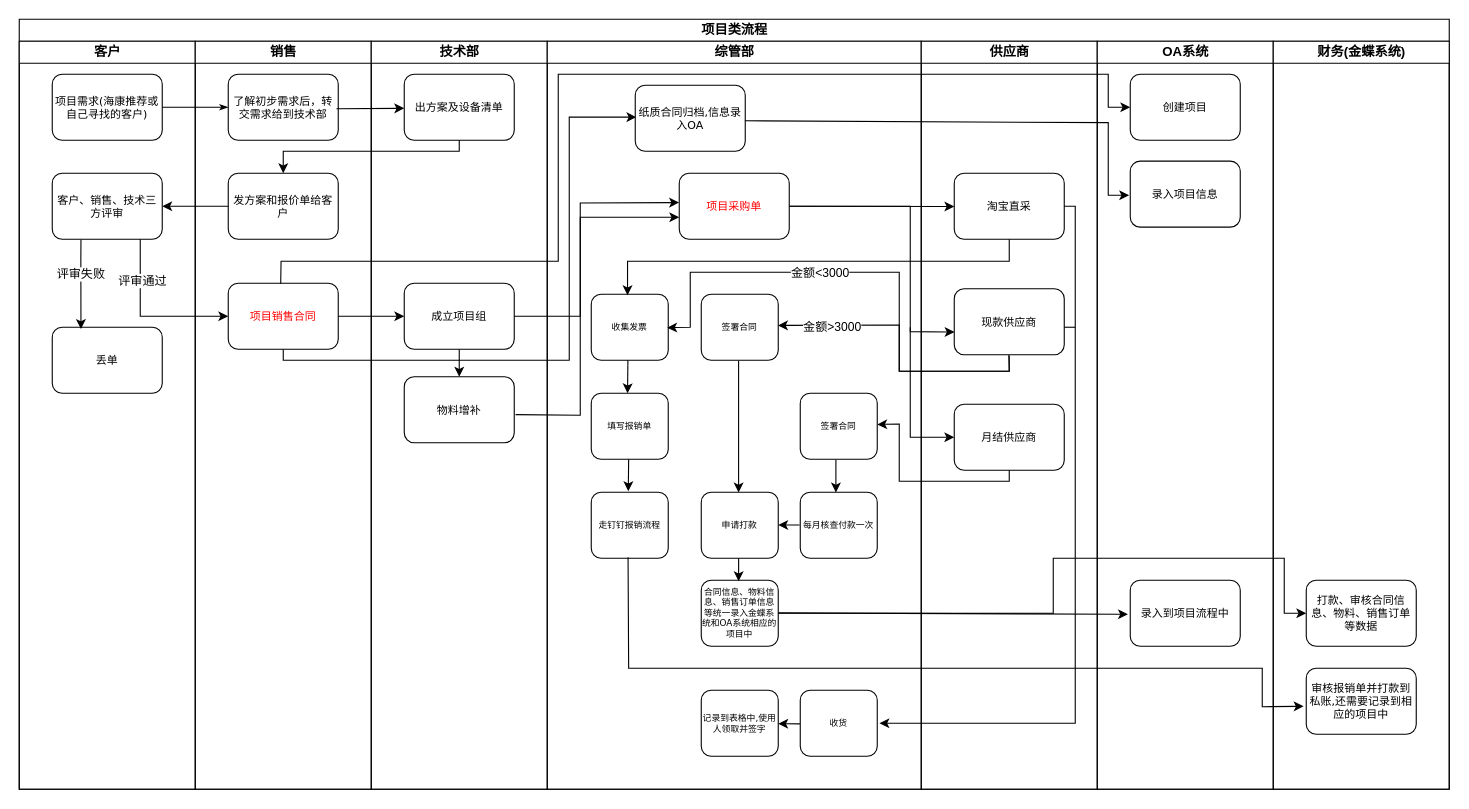
This is data/项目类流程图.drawio from chenyanxi/hosts, a draw.io file, before an edit. Source tidied: cells renumbered, new cells numbered last; positions are measured from the earlier drawing's top-left corner, leaving out a move shared by most shapes. Both pictures are drawn from the tidied source at 110%, with x=0, y=0 at pixel (19, 19).
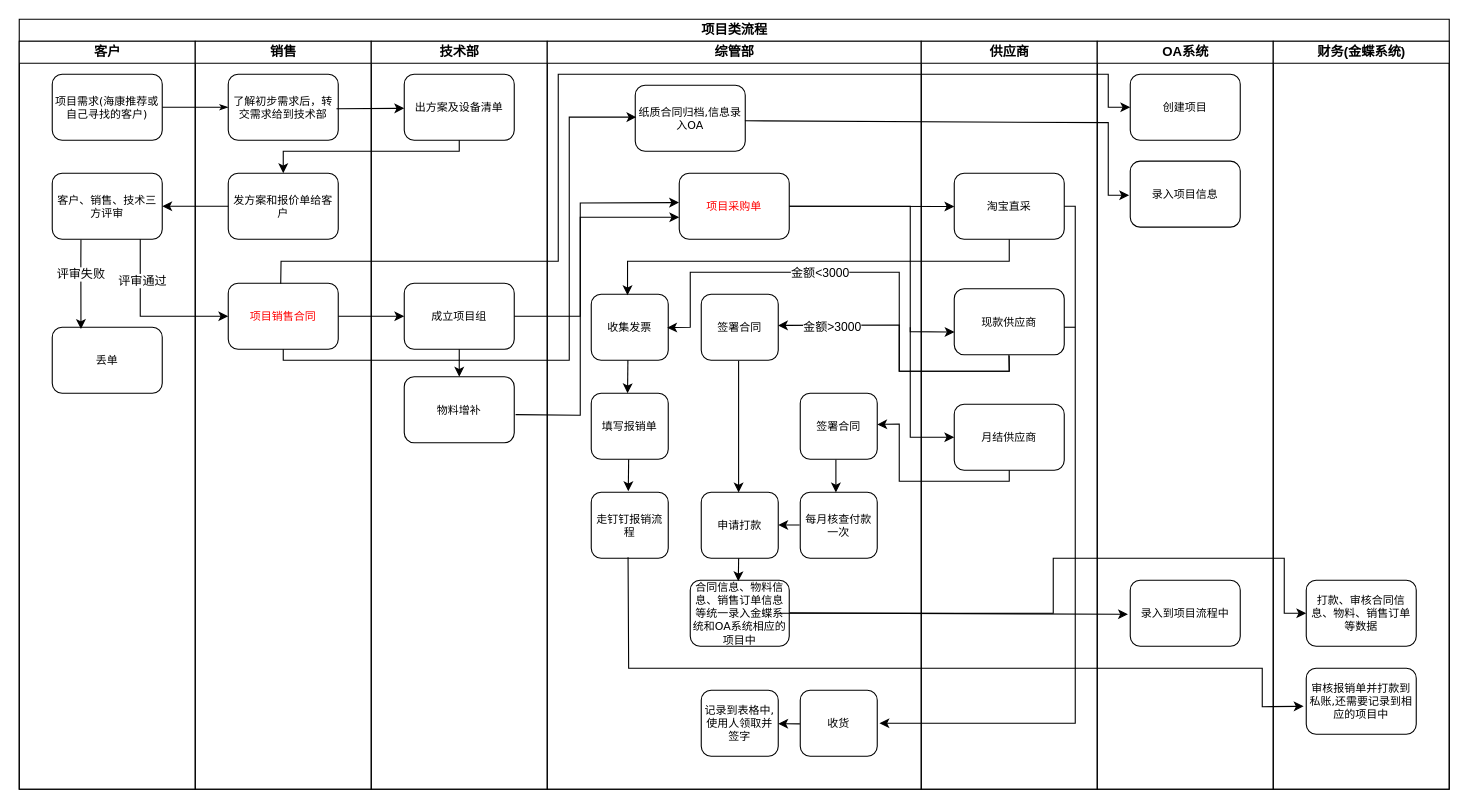
After the change.

Commit message (it also covers changes not shown here):
更新项目类流程图.drawio

Unchanged cells that the change refers to:
```xml
<mxCell id="34" value="综管部" style="swimlane;html=1;startSize=20;" parent="2" vertex="1">
  <mxGeometry x="480" y="20" width="340" height="680" as="geometry" />
</mxCell>
```

Change to the diagram source:
```diff
@@
-    <mxCell id="39" value="收集发票" style="rounded=1;whiteSpace=wrap;html=1;shadow=0;labelBackgroundColor=none;strokeWidth=1;fontFamily=Verdana;fontSize=8;align=center;" parent="34" vertex="1">
+    <mxCell id="39" value="&lt;font style=&quot;font-size: 10px;&quot;&gt;收集发票&lt;/font&gt;" style="rounded=1;whiteSpace=wrap;html=1;shadow=0;labelBackgroundColor=none;strokeWidth=1;fontFamily=Verdana;fontSize=8;align=center;" parent="34" vertex="1">
       <mxGeometry x="40" y="230" width="70" height="60" as="geometry" />
     </mxCell>
-    <mxCell id="40" value="填写报销单" style="rounded=1;whiteSpace=wrap;html=1;shadow=0;labelBackgroundColor=none;strokeWidth=1;fontFamily=Verdana;fontSize=8;align=center;" parent="34" vertex="1">
+    <mxCell id="40" value="&lt;font style=&quot;font-size: 10px;&quot;&gt;填写报销单&lt;/font&gt;" style="rounded=1;whiteSpace=wrap;html=1;shadow=0;labelBackgroundColor=none;strokeWidth=1;fontFamily=Verdana;fontSize=8;align=center;" parent="34" vertex="1">
       <mxGeometry x="40" y="320" width="70" height="60" as="geometry" />
     </mxCell>
@@
-    <mxCell id="42" value="走钉钉报销流程" style="rounded=1;whiteSpace=wrap;html=1;shadow=0;labelBackgroundColor=none;strokeWidth=1;fontFamily=Verdana;fontSize=8;align=center;" parent="34" vertex="1">
+    <mxCell id="42" value="&lt;font style=&quot;font-size: 10px;&quot;&gt;走钉钉报销流程&lt;/font&gt;" style="rounded=1;whiteSpace=wrap;html=1;shadow=0;labelBackgroundColor=none;strokeWidth=1;fontFamily=Verdana;fontSize=8;align=center;" parent="34" vertex="1">
       <mxGeometry x="40" y="410" width="70" height="60" as="geometry" />
     </mxCell>
@@
-    <mxCell id="44" value="签署合同" style="rounded=1;whiteSpace=wrap;html=1;shadow=0;labelBackgroundColor=none;strokeWidth=1;fontFamily=Verdana;fontSize=8;align=center;" parent="34" vertex="1">
+    <mxCell id="44" value="&lt;font style=&quot;font-size: 10px;&quot;&gt;签署合同&lt;/font&gt;" style="rounded=1;whiteSpace=wrap;html=1;shadow=0;labelBackgroundColor=none;strokeWidth=1;fontFamily=Verdana;fontSize=8;align=center;" parent="34" vertex="1">
       <mxGeometry x="140" y="230" width="70" height="60" as="geometry" />
     </mxCell>
-    <mxCell id="45" value="申请打款" style="rounded=1;whiteSpace=wrap;html=1;shadow=0;labelBackgroundColor=none;strokeWidth=1;fontFamily=Verdana;fontSize=8;align=center;" parent="34" vertex="1">
+    <mxCell id="45" value="&lt;font style=&quot;font-size: 10px;&quot;&gt;申请打款&lt;/font&gt;" style="rounded=1;whiteSpace=wrap;html=1;shadow=0;labelBackgroundColor=none;strokeWidth=1;fontFamily=Verdana;fontSize=8;align=center;" parent="34" vertex="1">
       <mxGeometry x="140" y="410" width="70" height="60" as="geometry" />
     </mxCell>
@@
-    <mxCell id="47" value="签署合同" style="rounded=1;whiteSpace=wrap;html=1;shadow=0;labelBackgroundColor=none;strokeWidth=1;fontFamily=Verdana;fontSize=8;align=center;" parent="34" vertex="1">
+    <mxCell id="47" value="&lt;font style=&quot;font-size: 10px;&quot;&gt;签署合同&lt;/font&gt;" style="rounded=1;whiteSpace=wrap;html=1;shadow=0;labelBackgroundColor=none;strokeWidth=1;fontFamily=Verdana;fontSize=8;align=center;" parent="34" vertex="1">
       <mxGeometry x="230" y="320" width="70" height="60" as="geometry" />
     </mxCell>
-    <mxCell id="48" value="每月核查付款一次" style="rounded=1;whiteSpace=wrap;html=1;shadow=0;labelBackgroundColor=none;strokeWidth=1;fontFamily=Verdana;fontSize=8;align=center;" parent="34" vertex="1">
+    <mxCell id="48" value="&lt;font style=&quot;font-size: 10px;&quot;&gt;每月核查付款一次&lt;/font&gt;" style="rounded=1;whiteSpace=wrap;html=1;shadow=0;labelBackgroundColor=none;strokeWidth=1;fontFamily=Verdana;fontSize=8;align=center;" parent="34" vertex="1">
       <mxGeometry x="230" y="410" width="70" height="60" as="geometry" />
     </mxCell>
@@
-    <mxCell id="51" value="合同信息、物料信息、销售订单信息等统一录入金蝶系统和OA系统相应的项目中" style="rounded=1;whiteSpace=wrap;html=1;shadow=0;labelBackgroundColor=none;strokeWidth=1;fontFamily=Verdana;fontSize=8;align=center;" parent="34" vertex="1">
-      <mxGeometry x="140" y="490" width="70" height="60" as="geometry" />
+    <mxCell id="51" value="&lt;font style=&quot;font-size: 10px;&quot;&gt;合同信息、物料信息、销售订单信息等统一录入金蝶系统和OA系统相应的项目中&lt;/font&gt;" style="rounded=1;whiteSpace=wrap;html=1;shadow=0;labelBackgroundColor=none;strokeWidth=1;fontFamily=Verdana;fontSize=8;align=center;" parent="34" vertex="1">
+      <mxGeometry x="130" y="490" width="90" height="60" as="geometry" />
     </mxCell>
@@
-    <mxCell id="54" value="收货" style="rounded=1;whiteSpace=wrap;html=1;shadow=0;labelBackgroundColor=none;strokeWidth=1;fontFamily=Verdana;fontSize=8;align=center;" parent="34" vertex="1">
+    <mxCell id="54" value="&lt;font style=&quot;font-size: 10px;&quot;&gt;收货&lt;/font&gt;" style="rounded=1;whiteSpace=wrap;html=1;shadow=0;labelBackgroundColor=none;strokeWidth=1;fontFamily=Verdana;fontSize=8;align=center;" parent="34" vertex="1">
       <mxGeometry x="230" y="590" width="70" height="60" as="geometry" />
     </mxCell>
-    <mxCell id="55" value="记录到表格中,使用人领取并签字" style="rounded=1;whiteSpace=wrap;html=1;shadow=0;labelBackgroundColor=none;strokeWidth=1;fontFamily=Verdana;fontSize=8;align=center;" parent="34" vertex="1">
+    <mxCell id="55" value="&lt;font style=&quot;font-size: 10px;&quot;&gt;记录到表格中,使用人领取并签字&lt;/font&gt;" style="rounded=1;whiteSpace=wrap;html=1;shadow=0;labelBackgroundColor=none;strokeWidth=1;fontFamily=Verdana;fontSize=8;align=center;" parent="34" vertex="1">
       <mxGeometry x="140" y="590" width="70" height="60" as="geometry" />
     </mxCell>
```
